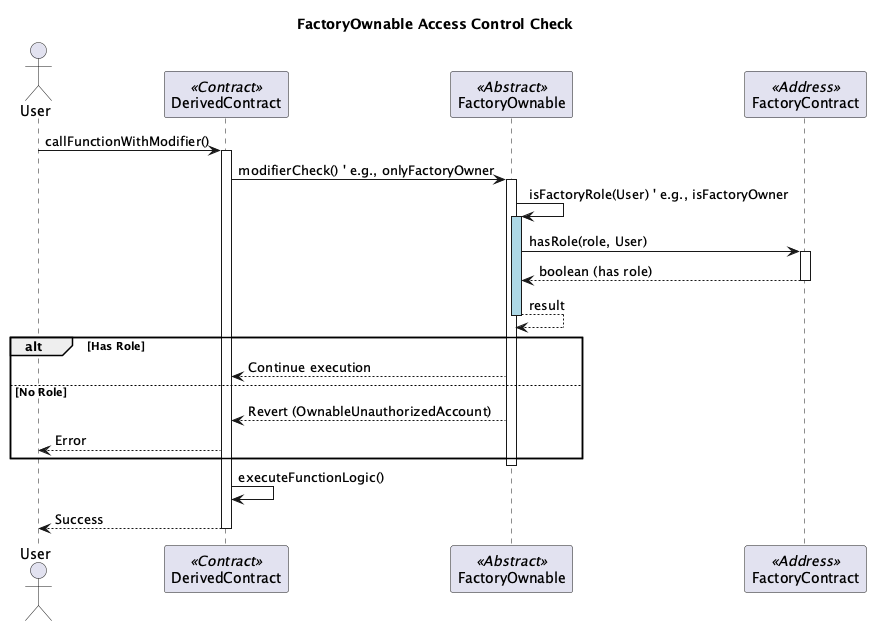
This is diagrams/diag-images/base/FactoryOwnable_Sequence.png from swollows/berachain-core, a PlantUML export, as it was before one commit. Source of this version:
```plantuml
@startuml FactoryOwnable_Sequence
title FactoryOwnable Access Control Check

actor User
participant DerivedContract <<Contract>>
participant FactoryOwnable <<Abstract>>
participant FactoryContract <<Address>>

User -> DerivedContract: callFunctionWithModifier()
activate DerivedContract

DerivedContract -> FactoryOwnable: modifierCheck() ' e.g., onlyFactoryOwner
activate FactoryOwnable

FactoryOwnable -> FactoryOwnable: isFactoryRole(User) ' e.g., isFactoryOwner
activate FactoryOwnable #LightBlue

FactoryOwnable -> FactoryContract: hasRole(role, User)
activate FactoryContract

FactoryContract --> FactoryOwnable: boolean (has role)
deactivate FactoryContract

FactoryOwnable --> FactoryOwnable: result
deactivate FactoryOwnable #LightBlue

alt Has Role
  FactoryOwnable --> DerivedContract: Continue execution
else No Role
  FactoryOwnable --> DerivedContract: Revert (OwnableUnauthorizedAccount)
  DerivedContract --> User: Error
end

deactivate FactoryOwnable

DerivedContract -> DerivedContract: executeFunctionLogic()
DerivedContract --> User: Success

deactivate DerivedContract

@enduml
```
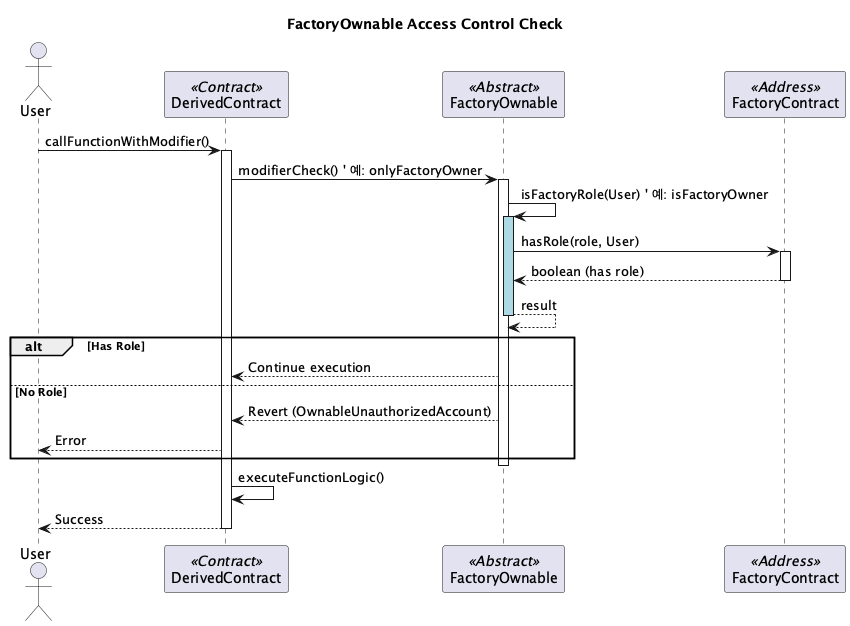
After the commit.

Change to the diagram source:
```diff
@@ -9,10 +9,10 @@
 User -> DerivedContract: callFunctionWithModifier()
 activate DerivedContract
 
-DerivedContract -> FactoryOwnable: modifierCheck() ' e.g., onlyFactoryOwner
+DerivedContract -> FactoryOwnable: modifierCheck() ' 예: onlyFactoryOwner
 activate FactoryOwnable
 
-FactoryOwnable -> FactoryOwnable: isFactoryRole(User) ' e.g., isFactoryOwner
+FactoryOwnable -> FactoryOwnable: isFactoryRole(User) ' 예: isFactoryOwner
 activate FactoryOwnable #LightBlue
 
 FactoryOwnable -> FactoryContract: hasRole(role, User)
```
